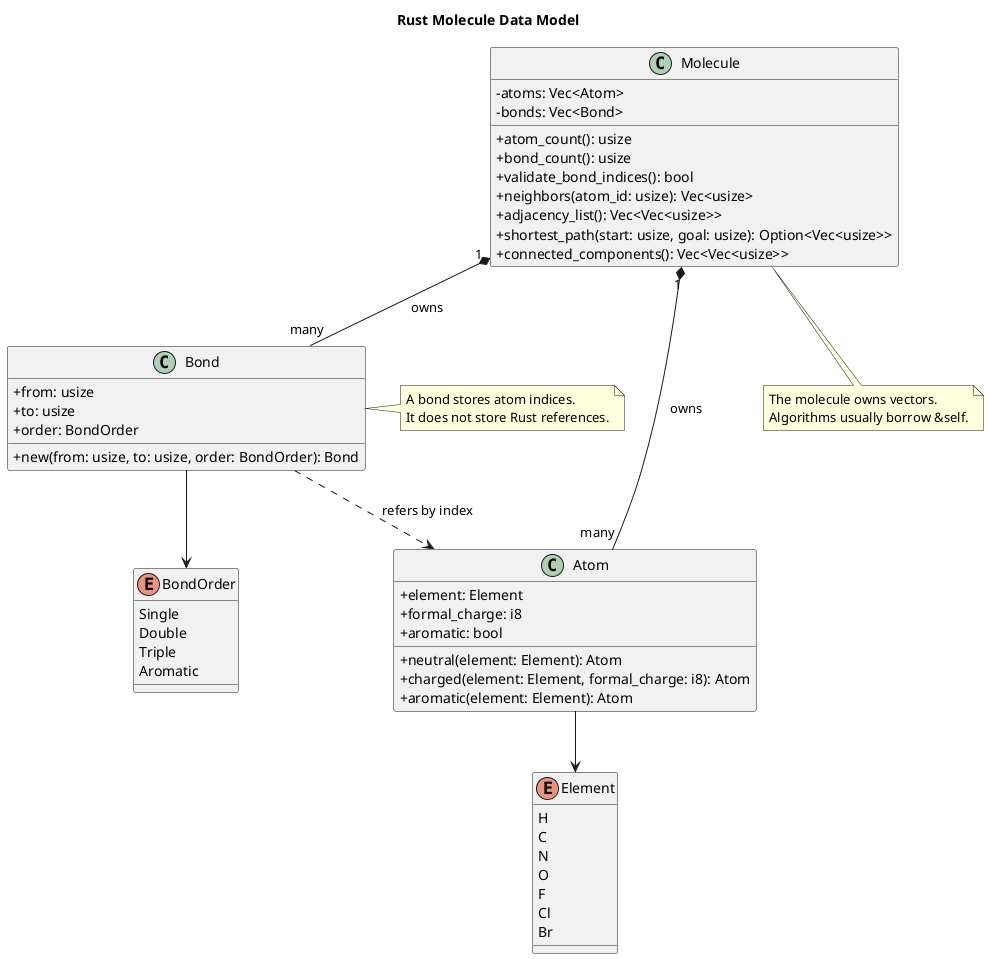
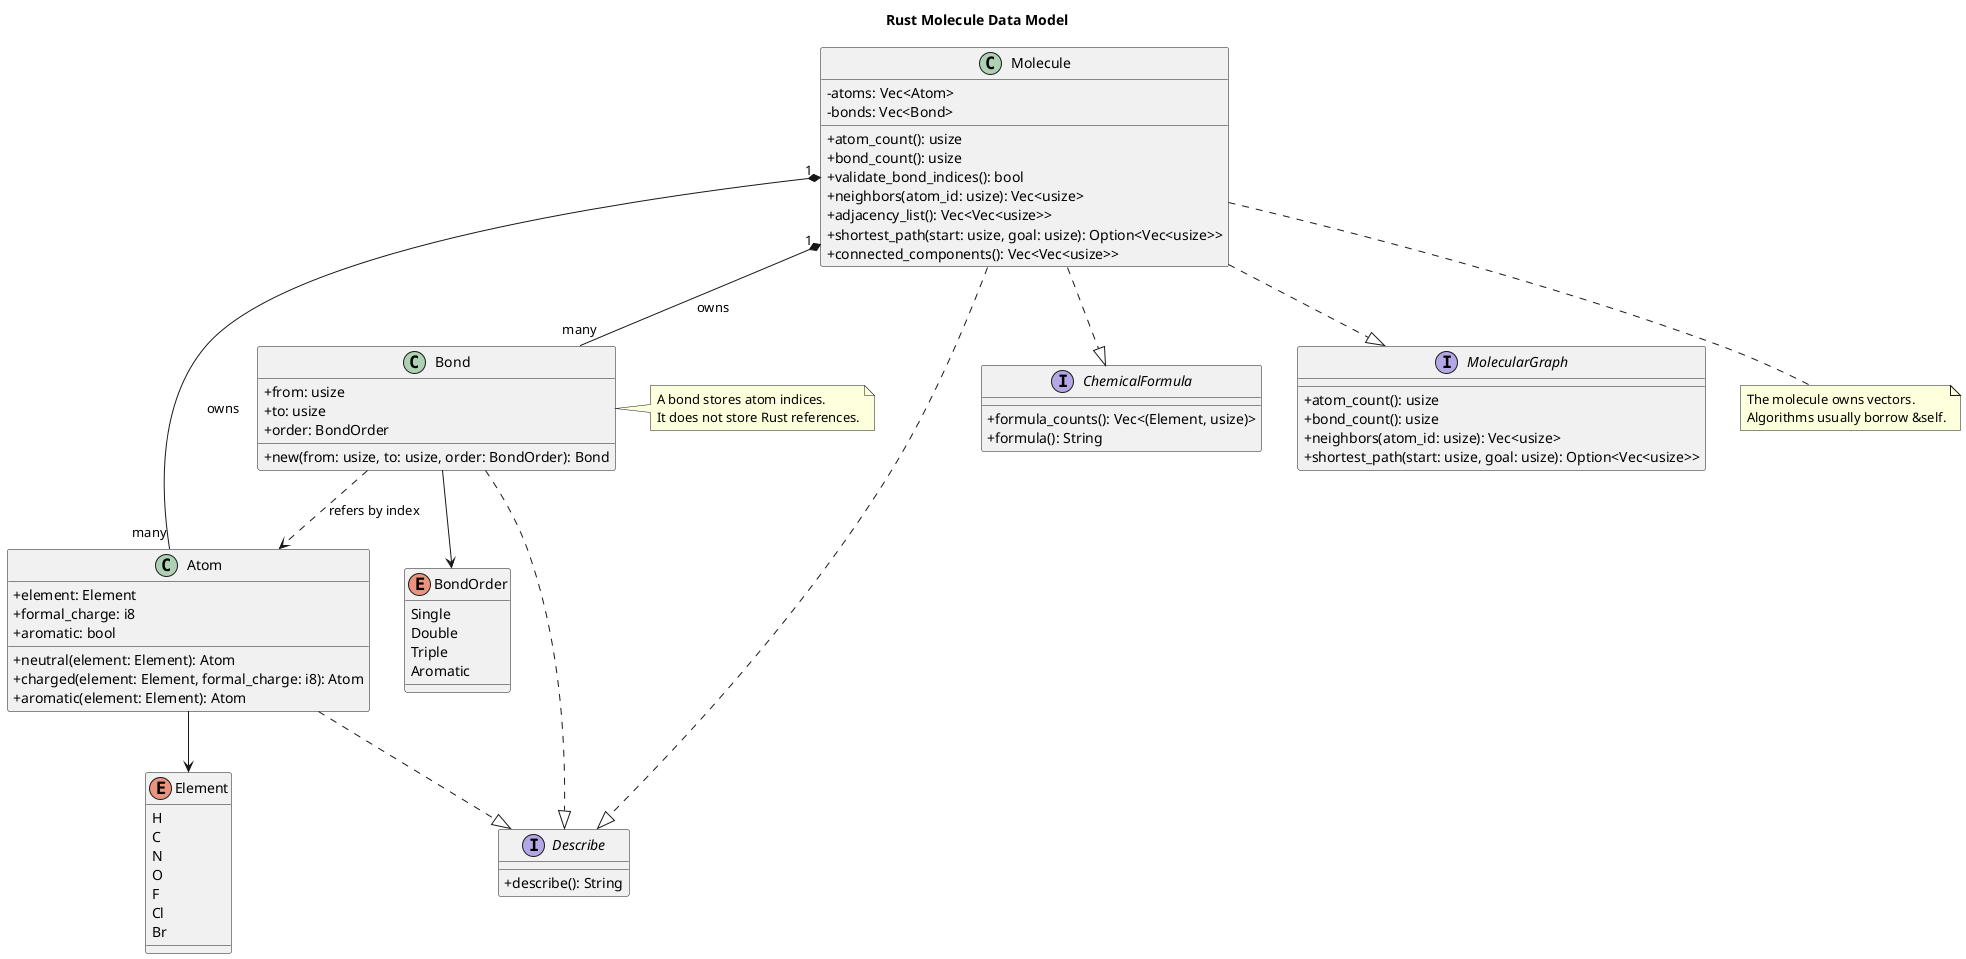
@startuml
title Rust Molecule Data Model

skinparam classAttributeIconSize 0

enum Element {
  H
  C
  N
  O
  F
  Cl
  Br
}

enum BondOrder {
  Single
  Double
  Triple
  Aromatic
}

class Atom {
  +element: Element
  +formal_charge: i8
  +aromatic: bool
  +neutral(element: Element): Atom
  +charged(element: Element, formal_charge: i8): Atom
  +aromatic(element: Element): Atom
}

class Bond {
  +from: usize
  +to: usize
  +order: BondOrder
  +new(from: usize, to: usize, order: BondOrder): Bond
}

class Molecule {
  -atoms: Vec<Atom>
  -bonds: Vec<Bond>
  +atom_count(): usize
  +bond_count(): usize
  +validate_bond_indices(): bool
  +neighbors(atom_id: usize): Vec<usize>
  +adjacency_list(): Vec<Vec<usize>>
  +shortest_path(start: usize, goal: usize): Option<Vec<usize>>
  +connected_components(): Vec<Vec<usize>>
}

+ interface Describe {
+   +describe(): String
+ }
+ 
+ interface ChemicalFormula {
+   +formula_counts(): Vec<(Element, usize)>
+   +formula(): String
+ }
+ 
+ interface MolecularGraph {
+   +atom_count(): usize
+   +bond_count(): usize
+   +neighbors(atom_id: usize): Vec<usize>
+   +shortest_path(start: usize, goal: usize): Option<Vec<usize>>
+ }
+ 
Atom --> Element
Bond --> BondOrder
Molecule "1" *-- "many" Atom : owns
Molecule "1" *-- "many" Bond : owns
Bond ..> Atom : refers by index
+ Atom ..|> Describe
+ Bond ..|> Describe
+ Molecule ..|> Describe
+ Molecule ..|> ChemicalFormula
+ Molecule ..|> MolecularGraph

note right of Bond
  A bond stores atom indices.
  It does not store Rust references.
end note

note bottom of Molecule
  The molecule owns vectors.
  Algorithms usually borrow &self.
end note

@enduml
- 
